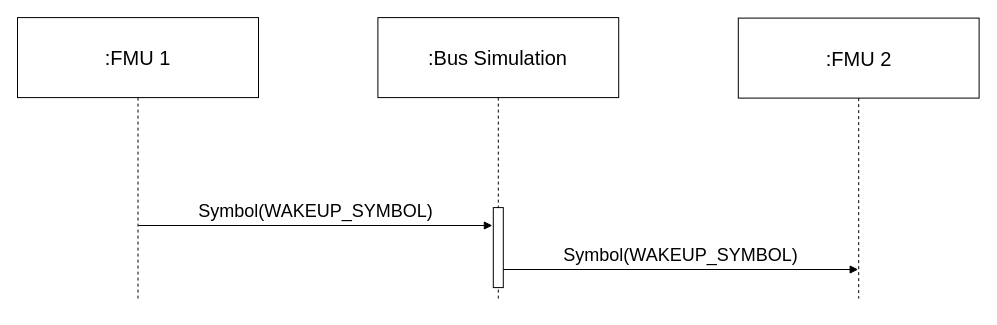
modelica/fmi-ls-bus keeps this draw.io diagram as docs/images/flexray_wake_up.drawio. Above is the earlier version. Source tidied: cells renumbered, new cells numbered last; positions are measured from the earlier drawing's top-left corner, leaving out a move shared by most shapes. Both pictures are drawn from the tidied source at 100%, with x=0, y=0 at pixel (17, 17).
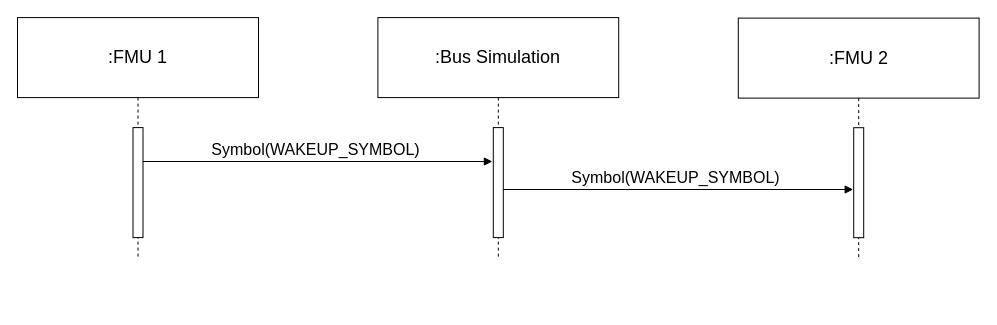
The same page after the edit.

Change to the diagram source:
```diff
@@
 <mxGraphModel>
   <root>
     <mxCell id="0" />
     <mxCell id="1" parent="0" />
+    <mxCell id="8" value="&lt;font&gt;Symbol(WAKEUP_SYMBOL)&lt;/font&gt;" style="html=1;verticalAlign=bottom;endArrow=block;curved=0;rounded=0;fontSize=16;" parent="1" edge="1">
+      <mxGeometry relative="1" as="geometry">
+        <mxPoint x="480.8" y="172" as="sourcePoint" />
+        <mxPoint x="835.7" y="172" as="targetPoint" />
+      </mxGeometry>
+    </mxCell>
+    <mxCell id="7" value="&lt;font&gt;Symbol(WAKEUP_SYMBOL)&lt;/font&gt;" style="html=1;verticalAlign=bottom;endArrow=block;curved=0;rounded=0;fontSize=16;" parent="1" edge="1">
+      <mxGeometry relative="1" as="geometry">
+        <mxPoint x="121" y="144" as="sourcePoint" />
+        <mxPoint x="474.9" y="144" as="targetPoint" />
+      </mxGeometry>
+    </mxCell>
-    <mxCell id="2" value="&lt;font style=&quot;font-size: 20px;&quot;&gt;:FMU 1&lt;/font&gt;" style="shape=umlLifeline;perimeter=lifelinePerimeter;whiteSpace=wrap;html=1;newEdgeStyle={&quot;curved&quot;:0,&quot;rounded&quot;:0};size=80;" parent="1" vertex="1">
-      <mxGeometry y="0.1" width="241" height="280.9" as="geometry" />
+    <mxCell id="2" value="&lt;font&gt;:FMU 1&lt;/font&gt;" style="shape=umlLifeline;perimeter=lifelinePerimeter;whiteSpace=wrap;html=1;newEdgeStyle={&quot;curved&quot;:0,&quot;rounded&quot;:0};size=80;fontSize=18;" parent="1" vertex="1">
+      <mxGeometry y="0.1" width="241" height="240.9" as="geometry" />
     </mxCell>
+    <mxCell id="9" style="html=1;perimeter=orthogonalPerimeter;targetShapes=umlLifeline;newEdgeStyle={&quot;curved&quot;:0,&quot;rounded&quot;:0};fillColor=default;" parent="2" vertex="1">
+      <mxGeometry x="115.5" y="110" width="10" height="110" as="geometry" />
+    </mxCell>
-    <mxCell id="3" value="&lt;font style=&quot;font-size: 20px;&quot;&gt;:FMU 2&lt;/font&gt;" style="shape=umlLifeline;perimeter=lifelinePerimeter;whiteSpace=wrap;html=1;newEdgeStyle={&quot;curved&quot;:0,&quot;rounded&quot;:0};size=80;" parent="1" vertex="1">
-      <mxGeometry x="720.8" y="0.6" width="240.8" height="280.4" as="geometry" />
+    <mxCell id="3" value="&lt;font&gt;:FMU 2&lt;/font&gt;" style="shape=umlLifeline;perimeter=lifelinePerimeter;whiteSpace=wrap;html=1;newEdgeStyle={&quot;curved&quot;:0,&quot;rounded&quot;:0};size=80;fontSize=18;" parent="1" vertex="1">
+      <mxGeometry x="720.8" y="0.6" width="240.8" height="240.4" as="geometry" />
     </mxCell>
+    <mxCell id="10" style="html=1;perimeter=orthogonalPerimeter;targetShapes=umlLifeline;newEdgeStyle={&quot;curved&quot;:0,&quot;rounded&quot;:0};fillColor=default;" parent="3" vertex="1">
+      <mxGeometry x="115.4" y="109.6" width="10" height="110" as="geometry" />
+    </mxCell>
-    <mxCell id="4" value="&lt;font style=&quot;font-size: 20px;&quot;&gt;:Bus Simulation&lt;/font&gt;" style="shape=umlLifeline;perimeter=lifelinePerimeter;whiteSpace=wrap;html=1;newEdgeStyle={&quot;curved&quot;:0,&quot;rounded&quot;:0};size=80;" parent="1" vertex="1">
-      <mxGeometry x="360.4" y="0.1" width="240.8" height="280.9" as="geometry" />
+    <mxCell id="4" value="&lt;font&gt;:Bus Simulation&lt;/font&gt;" style="shape=umlLifeline;perimeter=lifelinePerimeter;whiteSpace=wrap;html=1;newEdgeStyle={&quot;curved&quot;:0,&quot;rounded&quot;:0};size=80;fontSize=18;" parent="1" vertex="1">
+      <mxGeometry x="360.4" y="0.1" width="240.8" height="240.9" as="geometry" />
     </mxCell>
     <mxCell id="5" style="ellipse;whiteSpace=wrap;html=1;align=center;fillColor=none;strokeColor=none;perimeter=centerPerimeter;" parent="4" vertex="1">
-      <mxGeometry x="180.5" y="280" width="10" height="10" as="geometry" />
+      <mxGeometry x="180.5" y="200" width="10" height="10" as="geometry" />
     </mxCell>
     <mxCell id="6" style="html=1;perimeter=orthogonalPerimeter;targetShapes=umlLifeline;newEdgeStyle={&quot;curved&quot;:0,&quot;rounded&quot;:0};fillColor=default;" parent="4" vertex="1">
-      <mxGeometry x="115.4" y="190" width="10" height="80" as="geometry" />
+      <mxGeometry x="115.4" y="110" width="10" height="110" as="geometry" />
     </mxCell>
-    <mxCell id="7" value="&lt;font style=&quot;font-size: 18px;&quot;&gt;Symbol(WAKEUP_SYMBOL)&lt;/font&gt;" style="html=1;verticalAlign=bottom;endArrow=block;curved=0;rounded=0;" parent="1" edge="1">
-      <mxGeometry relative="1" as="geometry">
-        <mxPoint x="121" y="208" as="sourcePoint" />
-        <mxPoint x="474.9" y="208" as="targetPoint" />
-      </mxGeometry>
-    </mxCell>
-    <mxCell id="8" value="&lt;font style=&quot;font-size: 18px;&quot;&gt;Symbol(WAKEUP_SYMBOL)&lt;/font&gt;" style="html=1;verticalAlign=bottom;endArrow=block;curved=0;rounded=0;" parent="1" edge="1">
-      <mxGeometry relative="1" as="geometry">
-        <mxPoint x="485.8" y="252" as="sourcePoint" />
-        <mxPoint x="840.7" y="252" as="targetPoint" />
-      </mxGeometry>
-    </mxCell>
   </root>
 </mxGraphModel>
```
